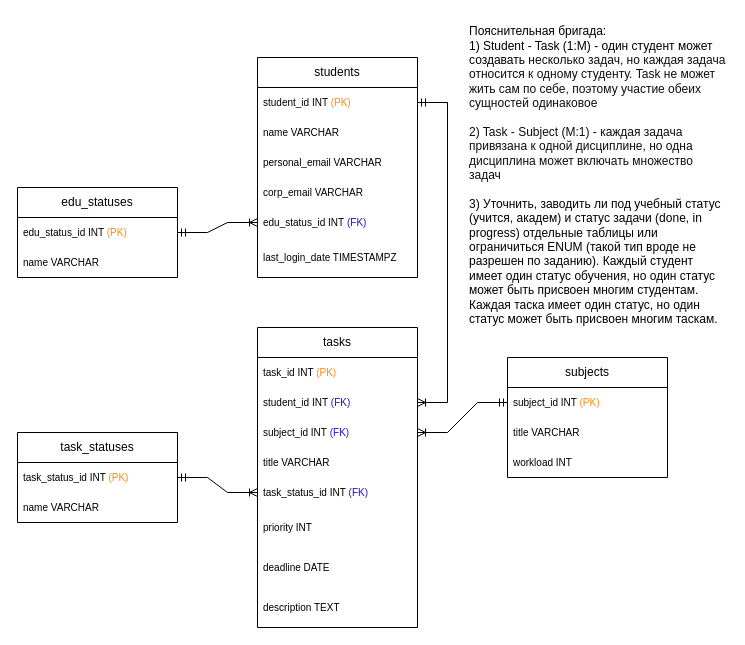
The draw.io diagram Novgorodov_Timofey/ex07_ERD/ex07_ERD.drawio in abdullahproff/BSA21_1, before the edit. Source tidied: cells renumbered, new cells numbered last; positions are measured from the earlier drawing's top-left corner, leaving out a move shared by most shapes. Both pictures are drawn from the tidied source at 100%, with x=0, y=0 at pixel (17, 27).
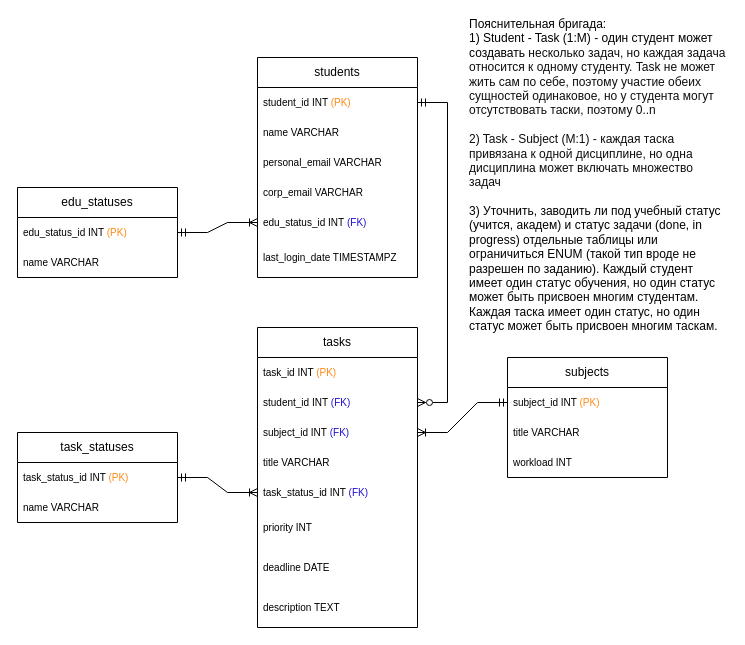
After the change.

The change refers to these unchanged cells:
```xml
<mxCell id="3" value="student_id INT &lt;font style=&quot;font-size: 10px;&quot; color=&quot;#ff8813&quot;&gt;(PK)&lt;/font&gt;" style="text;strokeColor=none;fillColor=none;align=left;verticalAlign=middle;spacingLeft=4;spacingRight=4;overflow=hidden;points=[[0,0.5],[1,0.5]];portConstraint=eastwest;whiteSpace=wrap;html=1;fontSize=10;" parent="2" vertex="1">
  <mxGeometry y="30" width="160" height="30" as="geometry" />
</mxCell>
<mxCell id="11" value="student_id INT&amp;nbsp;&lt;font color=&quot;#1e0fd0&quot;&gt;(FK)&lt;/font&gt;" style="text;strokeColor=none;fillColor=none;align=left;verticalAlign=middle;spacingLeft=4;spacingRight=4;overflow=hidden;points=[[0,0.5],[1,0.5]];portConstraint=eastwest;whiteSpace=wrap;html=1;fontSize=10;" parent="9" vertex="1">
  <mxGeometry y="60" width="160" height="30" as="geometry" />
</mxCell>
```

Change to the diagram source:
```diff
@@
-    <mxCell id="23" value="&lt;font style=&quot;&quot; face=&quot;Helvetica&quot;&gt;Пояснительная бригада:&lt;br&gt;1) Student - Task (1:M) - один студент может создавать&amp;nbsp;&lt;span style=&quot;background-color: initial;&quot;&gt;&lt;font color=&quot;#0e0e0e&quot;&gt;несколько задач, но каждая задача относится к одному студенту. Task не может жить сам по себе, поэтому участие обеих сущностей одинаковое&lt;/font&gt;&lt;br&gt;&lt;br&gt;&lt;font color=&quot;#0e0e0e&quot;&gt;2) Task - Subject (M:1) - каждая задача привязана к одной дисциплине, но одна дисциплина может включать множество задач&lt;br&gt;&lt;/font&gt;&lt;br&gt;3) Уточнить, заводить ли под учебный статус (учится, академ) и статус задачи (done, in progress) отдельные таблицы или ограничиться ENUM (такой тип вроде не разрешен по заданию). Каждый студент имеет один статус обучения, но один статус может быть присвоен многим студентам. Каждая таска имеет один статус, но один статус может быть присвоен многим таскам.&lt;br&gt;&lt;/span&gt;&lt;/font&gt;&lt;div style=&quot;&quot;&gt;&lt;br&gt;&lt;/div&gt;" style="text;html=1;align=left;verticalAlign=middle;whiteSpace=wrap;rounded=0;" parent="1" vertex="1">
+    <mxCell id="23" value="&lt;font style=&quot;&quot; face=&quot;Helvetica&quot;&gt;Пояснительная бригада:&lt;br&gt;1) Student - Task (1:M) - один студент может создавать&amp;nbsp;&lt;span style=&quot;background-color: initial;&quot;&gt;&lt;font color=&quot;#0e0e0e&quot;&gt;несколько задач, но каждая задача относится к одному студенту. Task не может жить сам по себе, поэтому участие обеих сущностей одинаковое, но у студента могут отсутствовать таски, поэтому 0..n&lt;/font&gt;&lt;br&gt;&lt;br&gt;&lt;font color=&quot;#0e0e0e&quot;&gt;2) Task - Subject (M:1) - каждая таска привязана к одной дисциплине, но одна дисциплина может включать множество задач&lt;br&gt;&lt;/font&gt;&lt;br&gt;3) Уточнить, заводить ли под учебный статус (учится, академ) и статус задачи (done, in progress) отдельные таблицы или ограничиться ENUM (такой тип вроде не разрешен по заданию). Каждый студент имеет один статус обучения, но один статус может быть присвоен многим студентам. Каждая таска имеет один статус, но один статус может быть присвоен многим таскам.&lt;br&gt;&lt;/span&gt;&lt;/font&gt;&lt;div style=&quot;&quot;&gt;&lt;br&gt;&lt;/div&gt;" style="text;html=1;align=left;verticalAlign=middle;whiteSpace=wrap;rounded=0;" parent="1" vertex="1">
       <mxGeometry x="450" width="260" height="310" as="geometry" />
     </mxCell>
-    <mxCell id="24" style="edgeStyle=entityRelationEdgeStyle;fontSize=12;html=1;endArrow=ERoneToMany;startArrow=ERmandOne;rounded=0;exitX=1;exitY=0.5;exitDx=0;exitDy=0;entryX=1;entryY=0.5;entryDx=0;entryDy=0;" parent="1" edge="1" source="3" target="11">
+    <mxCell id="24" style="edgeStyle=entityRelationEdgeStyle;fontSize=12;html=1;endArrow=ERzeroToMany;startArrow=ERmandOne;rounded=0;exitX=1;exitY=0.5;exitDx=0;exitDy=0;entryX=1;entryY=0.5;entryDx=0;entryDy=0;endFill=0;" parent="1" edge="1" source="3" target="11">
       <mxGeometry relative="1" as="geometry" />
     </mxCell>
```
